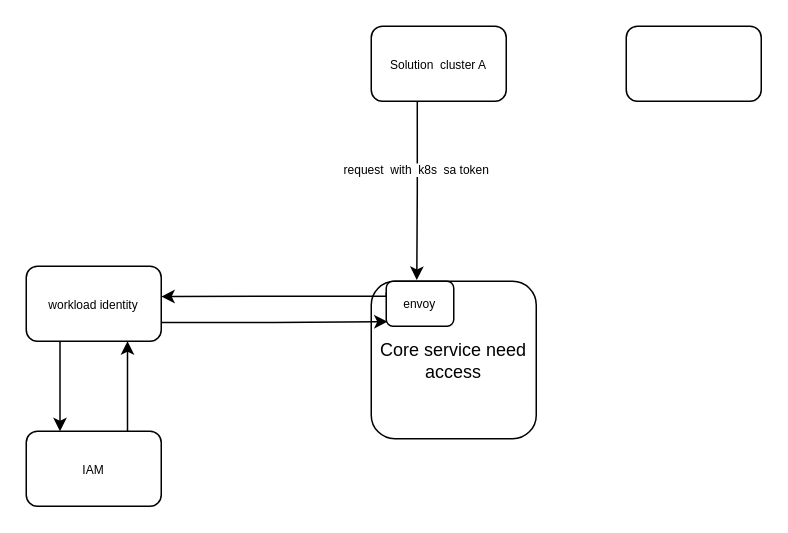
Before: HP/Untitled Diagram.drawio in zhangwm1987/mydraw_io, a draw.io diagram. Source tidied: cells renumbered, new cells numbered last; positions are measured from the earlier drawing's top-left corner, leaving out a move shared by most shapes. Both pictures are drawn from the tidied source at 150%, with x=0, y=0 at pixel (26, 26).
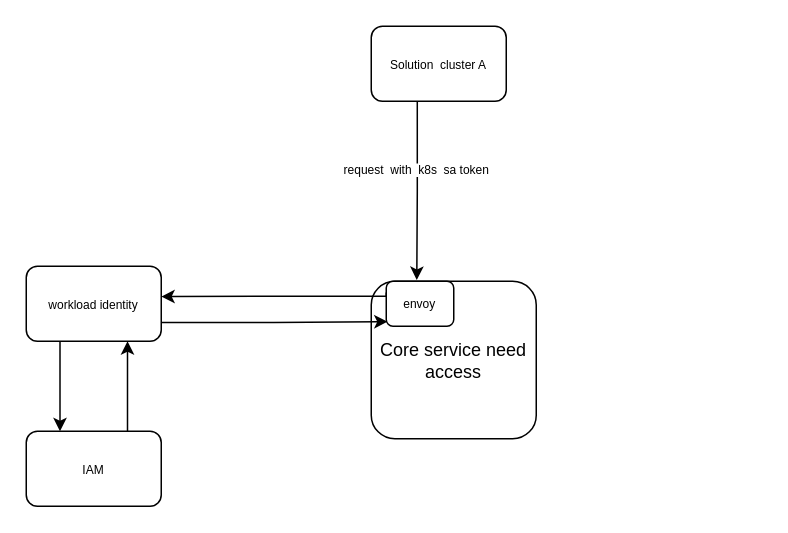
After the change.

Change to the diagram source:
```diff
@@
 <mxGraphModel>
   <root>
     <mxCell id="0" />
     <mxCell id="1" parent="0" />
     <mxCell id="2" style="edgeStyle=orthogonalEdgeStyle;rounded=0;jettySize=auto;html=1;entryX=0.276;entryY=-0.008;entryDx=0;entryDy=0;fontSize=8;entryPerimeter=0;exitX=0.341;exitY=1.011;exitDx=0;exitDy=0;exitPerimeter=0;" parent="1" edge="1" source="4" target="6">
       <mxGeometry relative="1" as="geometry" />
     </mxCell>
     <mxCell id="3" value="request&amp;nbsp; with&amp;nbsp; k8s&amp;nbsp; sa token" style="edgeLabel;html=1;align=center;verticalAlign=middle;fontSize=8;" parent="2" vertex="1">
       <mxGeometry x="-0.24" y="-1" relative="1" as="geometry" />
     </mxCell>
     <mxCell id="4" value="&lt;font style=&quot;font-size: 8px&quot;&gt;Solution&amp;nbsp; cluster A&lt;/font&gt;" style="rounded=1;whiteSpace=wrap;html=1;" parent="1" vertex="1">
       <mxGeometry x="230" width="90" height="50" as="geometry" />
     </mxCell>
-    <mxCell id="5" style="rounded=1;whiteSpace=wrap;html=1;" parent="1" vertex="1">
-      <mxGeometry x="400" width="90" height="50" as="geometry" />
-    </mxCell>
     <mxCell id="6" value="Core service need&lt;br&gt;access" style="rounded=1;whiteSpace=wrap;html=1;" parent="1" vertex="1">
       <mxGeometry x="230" y="170" width="110" height="105" as="geometry" />
     </mxCell>
     <mxCell id="7" style="edgeStyle=orthogonalEdgeStyle;rounded=0;jettySize=auto;html=1;exitX=0.25;exitY=1;exitDx=0;exitDy=0;entryX=0.25;entryY=0;entryDx=0;entryDy=0;" parent="1" edge="1" source="9" target="13">
       <mxGeometry relative="1" as="geometry" />
     </mxCell>
     <mxCell id="8" style="edgeStyle=orthogonalEdgeStyle;rounded=0;jettySize=auto;html=1;exitX=1;exitY=0.75;exitDx=0;exitDy=0;entryX=0.021;entryY=0.898;entryDx=0;entryDy=0;entryPerimeter=0;" parent="1" edge="1" source="9" target="11">
       <mxGeometry relative="1" as="geometry" />
     </mxCell>
     <mxCell id="9" value="&lt;font style=&quot;font-size: 8px&quot;&gt;workload identity&lt;/font&gt;" style="rounded=1;whiteSpace=wrap;html=1;" parent="1" vertex="1">
       <mxGeometry y="160" width="90" height="50" as="geometry" />
     </mxCell>
     <mxCell id="10" style="edgeStyle=orthogonalEdgeStyle;rounded=0;jettySize=auto;html=1;exitX=0;exitY=0.25;exitDx=0;exitDy=0;entryX=1;entryY=0.404;entryDx=0;entryDy=0;entryPerimeter=0;fontSize=8;" parent="1" edge="1" source="11" target="9">
       <mxGeometry relative="1" as="geometry">
         <Array as="points">
           <mxPoint x="240" y="180" />
           <mxPoint x="165" y="180" />
         </Array>
       </mxGeometry>
     </mxCell>
     <mxCell id="11" value="envoy" style="rounded=1;whiteSpace=wrap;html=1;fontSize=8;" parent="1" vertex="1">
       <mxGeometry x="240" y="170" width="45" height="30" as="geometry" />
     </mxCell>
     <mxCell id="12" style="edgeStyle=orthogonalEdgeStyle;rounded=0;jettySize=auto;html=1;exitX=0.75;exitY=0;exitDx=0;exitDy=0;entryX=0.75;entryY=1;entryDx=0;entryDy=0;" parent="1" edge="1" source="13" target="9">
       <mxGeometry relative="1" as="geometry" />
     </mxCell>
     <mxCell id="13" value="&lt;font style=&quot;font-size: 8px&quot;&gt;IAM&lt;/font&gt;" style="rounded=1;whiteSpace=wrap;html=1;" parent="1" vertex="1">
       <mxGeometry y="270" width="90" height="50" as="geometry" />
     </mxCell>
   </root>
 </mxGraphModel>
```
